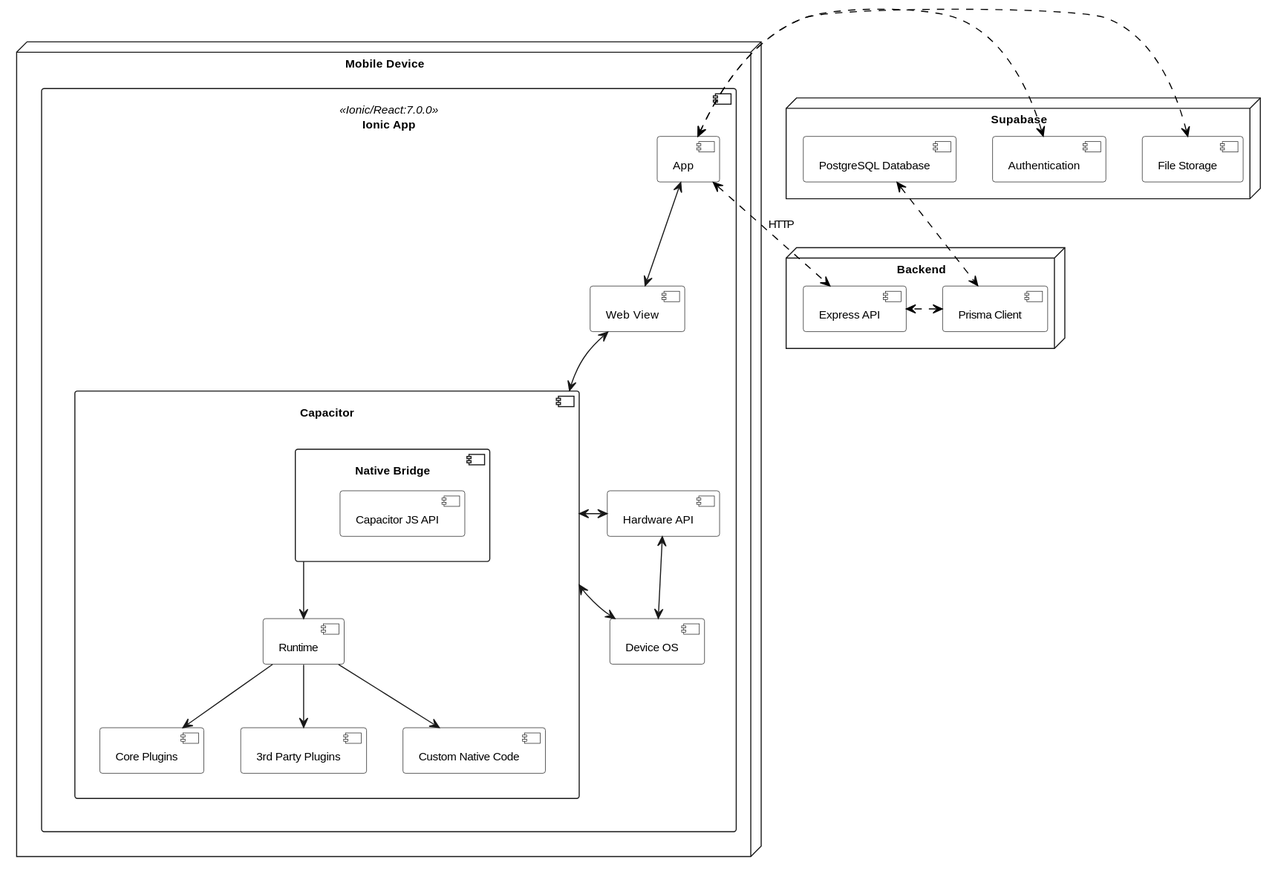
Above: Diseño/Ionic/diagramas/architecture_design.svg in valeraruggierotesisucv/tesis-frameworks-mobile-diagrams (PlantUML), before the change.
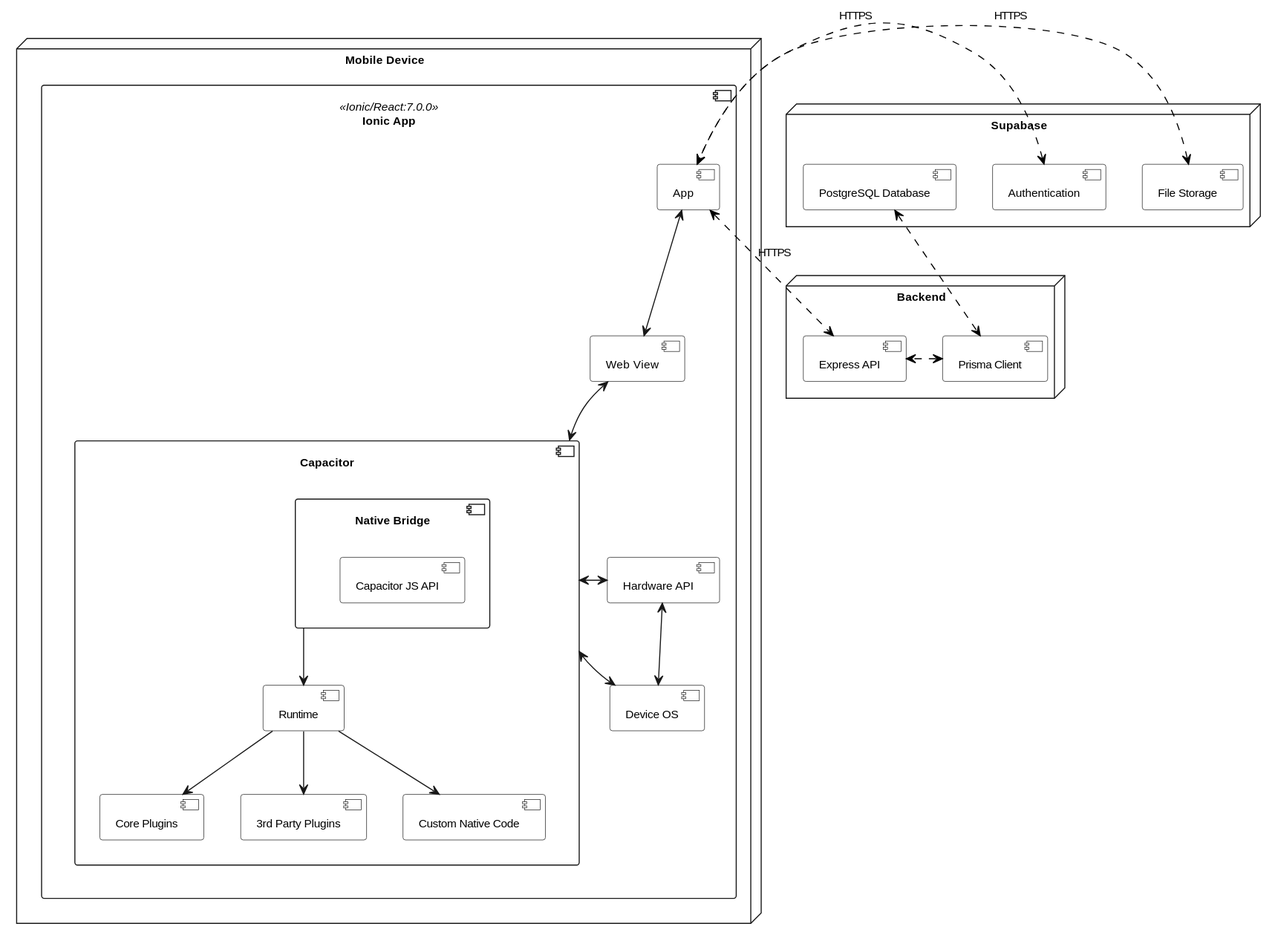
The same diagram one commit later.

Change to the diagram source:
```diff
@@ -55,10 +55,10 @@
     component "PostgreSQL Database" as postgresDB
 }
 
-App <..[#000000]r..> expressAPI : <font color=000000>HTTP</font>
+App <..[#000000]r..> expressAPI : <font color=000000>HTTPS</font>
 prismaClient <.[#000000]u.> postgresDB
-App <..[#000000]l..> fileStorage
-App <..[#000000]l..> auth
+App <..[#000000]l..> fileStorage : <font color=000000>HTTPS</font>
+App <..[#000000]l..> auth : <font color=000000>HTTPS</font>
 
 
 expressAPI <.[#000000]l.> prismaClient
@@ -120,10 +120,10 @@
     component "PostgreSQL Database" as postgresDB
 }
 
-App <..[#000000]r..> expressAPI : <font color=000000>HTTP</font>
+App <..[#000000]r..> expressAPI : <font color=000000>HTTPS</font>
 prismaClient <.[#000000]u.> postgresDB
-App <..[#000000]l..> fileStorage
-App <..[#000000]l..> auth
+App <..[#000000]l..> fileStorage : <font color=000000>HTTPS</font>
+App <..[#000000]l..> auth : <font color=000000>HTTPS</font>
 
 
 expressAPI <.[#000000]l.> prismaClient
```
